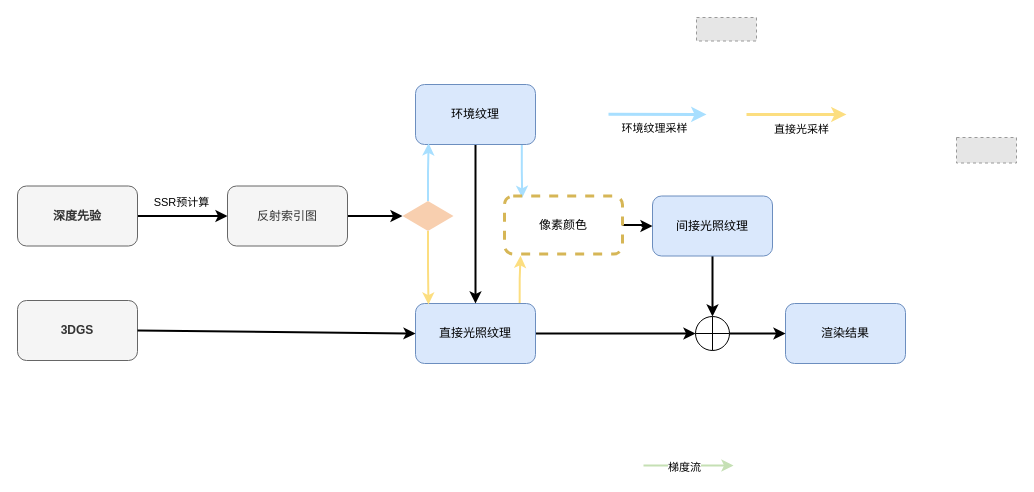
The draw.io diagram mid-term/SSR.drawio in thEu-suisei/draw_io, before the edit. Source tidied: cells renumbered, new cells numbered last; positions are measured from the earlier drawing's top-left corner, leaving out a move shared by most shapes. Both pictures are drawn from the tidied source at 100%, with x=0, y=0 at pixel (17, 17). Pictures stored in the file or linked from it are replaced by grey dashed boxes.
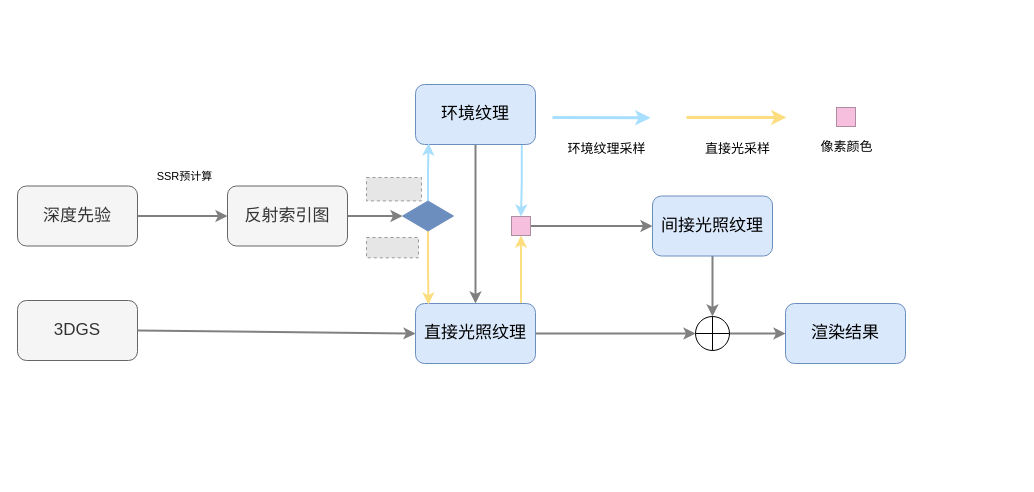
The same page after the edit.

Unchanged cells that the change refers to:
```xml
<mxCell id="31" style="ellipse;whiteSpace=wrap;html=1;" parent="1" vertex="1">
  <mxGeometry x="678" y="299" width="34" height="34" as="geometry" />
</mxCell>
```

Change to the diagram source:
```diff
@@
-    <mxCell id="2" style="edgeStyle=orthogonalEdgeStyle;rounded=0;jettySize=auto;html=1;exitX=1;exitY=0.5;exitDx=0;exitDy=0;entryX=0;entryY=0.5;entryDx=0;entryDy=0;strokeWidth=2;" parent="1" edge="1" source="3" target="5">
+    <mxCell id="2" style="edgeStyle=orthogonalEdgeStyle;rounded=0;jettySize=auto;html=1;exitX=1;exitY=0.5;exitDx=0;exitDy=0;entryX=0;entryY=0.5;entryDx=0;entryDy=0;strokeWidth=2;strokeColor=#808080;" parent="1" edge="1" source="3" target="5">
       <mxGeometry relative="1" as="geometry" />
     </mxCell>
-    <mxCell id="3" value="深度先验" style="rounded=1;whiteSpace=wrap;html=1;fillColor=#f5f5f5;fontColor=#333333;strokeColor=#666666;fontStyle=1;" parent="1" vertex="1">
+    <mxCell id="3" value="&lt;font style=&quot;font-size: 17px; font-weight: normal;&quot;&gt;深度先验&lt;/font&gt;" style="rounded=1;whiteSpace=wrap;html=1;fillColor=#f5f5f5;fontColor=#333333;strokeColor=#666666;fontStyle=1;" parent="1" vertex="1">
       <mxGeometry y="168.5" width="120" height="60" as="geometry" />
     </mxCell>
-    <mxCell id="4" style="edgeStyle=orthogonalEdgeStyle;rounded=0;jettySize=auto;html=1;exitX=1;exitY=0.5;exitDx=0;exitDy=0;entryX=0;entryY=0.5;entryDx=0;entryDy=0;strokeWidth=2;" parent="1" edge="1" source="5" target="18">
+    <mxCell id="4" style="edgeStyle=orthogonalEdgeStyle;rounded=0;jettySize=auto;html=1;exitX=1;exitY=0.5;exitDx=0;exitDy=0;entryX=0;entryY=0.5;entryDx=0;entryDy=0;strokeWidth=2;strokeColor=#808080;" parent="1" edge="1" source="5" target="18">
       <mxGeometry relative="1" as="geometry" />
     </mxCell>
-    <mxCell id="5" value="反射索引图" style="rounded=1;whiteSpace=wrap;html=1;fillColor=#f5f5f5;fontColor=#333333;strokeColor=#666666;" parent="1" vertex="1">
+    <mxCell id="5" value="&lt;font style=&quot;font-size: 17px;&quot;&gt;反射索引图&lt;/font&gt;" style="rounded=1;whiteSpace=wrap;html=1;fillColor=#f5f5f5;fontColor=#333333;strokeColor=#666666;" parent="1" vertex="1">
       <mxGeometry x="210" y="168.5" width="120" height="60" as="geometry" />
     </mxCell>
-    <mxCell id="6" style="edgeStyle=orthogonalEdgeStyle;rounded=0;jettySize=auto;html=1;exitX=0.868;exitY=0.034;exitDx=0;exitDy=0;entryX=0.136;entryY=1.031;entryDx=0;entryDy=0;strokeColor=light-dark(#fcde80, #257c00);align=center;verticalAlign=middle;fontFamily=Helvetica;fontSize=11;fontColor=default;labelBackgroundColor=default;endArrow=classic;entryPerimeter=0;exitPerimeter=0;strokeWidth=2;" parent="1" edge="1" source="8" target="29">
+    <mxCell id="6" style="edgeStyle=orthogonalEdgeStyle;rounded=0;jettySize=auto;html=1;entryX=0.5;entryY=1;entryDx=0;entryDy=0;strokeColor=light-dark(#fcde80, #257c00);align=center;verticalAlign=middle;fontFamily=Helvetica;fontSize=11;fontColor=default;labelBackgroundColor=default;endArrow=classic;strokeWidth=2;exitX=0.879;exitY=0.031;exitDx=0;exitDy=0;exitPerimeter=0;" parent="1" edge="1" source="8" target="35">
       <mxGeometry relative="1" as="geometry" />
     </mxCell>
-    <mxCell id="7" style="edgeStyle=orthogonalEdgeStyle;rounded=0;jettySize=auto;html=1;exitX=1;exitY=0.5;exitDx=0;exitDy=0;entryX=0;entryY=0.5;entryDx=0;entryDy=0;strokeWidth=2;" parent="1" edge="1" source="8" target="31">
+    <mxCell id="7" style="edgeStyle=orthogonalEdgeStyle;rounded=0;jettySize=auto;html=1;exitX=1;exitY=0.5;exitDx=0;exitDy=0;entryX=0;entryY=0.5;entryDx=0;entryDy=0;strokeWidth=2;strokeColor=#808080;" parent="1" edge="1" source="8" target="31">
       <mxGeometry relative="1" as="geometry" />
     </mxCell>
-    <mxCell id="8" value="直接光照纹理" style="rounded=1;whiteSpace=wrap;html=1;fillColor=#dae8fc;strokeColor=#6c8ebf;" parent="1" vertex="1">
+    <mxCell id="8" value="&lt;font style=&quot;font-size: 17px;&quot;&gt;直接光照纹理&lt;/font&gt;" style="rounded=1;whiteSpace=wrap;html=1;fillColor=#dae8fc;strokeColor=#6c8ebf;" parent="1" vertex="1">
       <mxGeometry x="398" y="286" width="120" height="60" as="geometry" />
     </mxCell>
-    <mxCell id="9" value="3DGS" style="rounded=1;whiteSpace=wrap;html=1;fillColor=#f5f5f5;fontColor=#333333;strokeColor=#666666;fontStyle=1;" parent="1" vertex="1">
+    <mxCell id="9" value="&lt;font style=&quot;font-size: 17px; font-weight: normal;&quot;&gt;3DGS&lt;/font&gt;" style="rounded=1;whiteSpace=wrap;html=1;fillColor=#f5f5f5;fontColor=#333333;strokeColor=#666666;fontStyle=1;" parent="1" vertex="1">
       <mxGeometry y="283" width="120" height="60" as="geometry" />
     </mxCell>
-    <mxCell id="10" style="edgeStyle=orthogonalEdgeStyle;rounded=0;jettySize=auto;html=1;exitX=0.5;exitY=1;exitDx=0;exitDy=0;entryX=0.5;entryY=0;entryDx=0;entryDy=0;strokeWidth=2;" parent="1" edge="1" source="11" target="31">
+    <mxCell id="10" style="edgeStyle=orthogonalEdgeStyle;rounded=0;jettySize=auto;html=1;exitX=0.5;exitY=1;exitDx=0;exitDy=0;entryX=0.5;entryY=0;entryDx=0;entryDy=0;strokeWidth=2;strokeColor=#808080;" parent="1" edge="1" source="11" target="31">
       <mxGeometry relative="1" as="geometry" />
     </mxCell>
-    <mxCell id="11" value="间接光照纹理" style="rounded=1;whiteSpace=wrap;html=1;fillColor=#dae8fc;strokeColor=#6c8ebf;" parent="1" vertex="1">
+    <mxCell id="11" value="&lt;font style=&quot;font-size: 17px;&quot;&gt;间接光照纹理&lt;/font&gt;" style="rounded=1;whiteSpace=wrap;html=1;fillColor=#dae8fc;strokeColor=#6c8ebf;" parent="1" vertex="1">
       <mxGeometry x="635" y="178.5" width="120" height="60" as="geometry" />
     </mxCell>
-    <mxCell id="12" value="渲染结果" style="rounded=1;whiteSpace=wrap;html=1;fillColor=#dae8fc;strokeColor=#6c8ebf;" parent="1" vertex="1">
+    <mxCell id="12" value="&lt;font style=&quot;font-size: 17px;&quot;&gt;渲染结果&lt;/font&gt;" style="rounded=1;whiteSpace=wrap;html=1;fillColor=#dae8fc;strokeColor=#6c8ebf;" parent="1" vertex="1">
       <mxGeometry x="768" y="286" width="120" height="60" as="geometry" />
     </mxCell>
-    <mxCell id="13" style="edgeStyle=orthogonalEdgeStyle;rounded=0;jettySize=auto;html=1;exitX=0.886;exitY=1.008;exitDx=0;exitDy=0;entryX=0.15;entryY=0.032;entryDx=0;entryDy=0;strokeColor=light-dark(#a8dfff, #D47D25);align=center;verticalAlign=middle;fontFamily=Helvetica;fontSize=11;fontColor=default;labelBackgroundColor=default;endArrow=classic;exitPerimeter=0;entryPerimeter=0;strokeWidth=2;" parent="1" edge="1" source="15" target="29">
+    <mxCell id="13" style="edgeStyle=orthogonalEdgeStyle;rounded=0;jettySize=auto;html=1;exitX=0.886;exitY=1.008;exitDx=0;exitDy=0;entryX=0.5;entryY=0;entryDx=0;entryDy=0;strokeColor=light-dark(#a8dfff, #D47D25);align=center;verticalAlign=middle;fontFamily=Helvetica;fontSize=11;fontColor=default;labelBackgroundColor=default;endArrow=classic;exitPerimeter=0;strokeWidth=2;" parent="1" edge="1" source="15" target="35">
       <mxGeometry relative="1" as="geometry" />
     </mxCell>
-    <mxCell id="14" style="edgeStyle=orthogonalEdgeStyle;rounded=0;jettySize=auto;html=1;exitX=0.5;exitY=1;exitDx=0;exitDy=0;entryX=0.5;entryY=0;entryDx=0;entryDy=0;strokeWidth=2;" parent="1" edge="1" source="15" target="8">
+    <mxCell id="14" style="edgeStyle=orthogonalEdgeStyle;rounded=0;jettySize=auto;html=1;exitX=0.5;exitY=1;exitDx=0;exitDy=0;entryX=0.5;entryY=0;entryDx=0;entryDy=0;strokeWidth=2;strokeColor=#808080;" parent="1" edge="1" source="15" target="8">
       <mxGeometry relative="1" as="geometry" />
     </mxCell>
-    <mxCell id="15" value="环境纹理" style="rounded=1;whiteSpace=wrap;html=1;fillColor=#dae8fc;strokeColor=#6c8ebf;" parent="1" vertex="1">
+    <mxCell id="15" value="&lt;font style=&quot;font-size: 17px;&quot;&gt;环境纹理&lt;/font&gt;" style="rounded=1;whiteSpace=wrap;html=1;fillColor=#dae8fc;strokeColor=#6c8ebf;" parent="1" vertex="1">
       <mxGeometry x="398" y="67" width="120" height="60" as="geometry" />
     </mxCell>
@@
-    <mxCell id="18" style="rhombus;whiteSpace=wrap;html=1;fillColor=light-dark(#f8cfaf, #319eff);strokeColor=none;" parent="1" vertex="1">
+    <mxCell id="18" style="rhombus;whiteSpace=wrap;html=1;fillColor=#6C8EBF;strokeColor=#6c8ebf;" parent="1" vertex="1">
       <mxGeometry x="385" y="183.5" width="51" height="30" as="geometry" />
     </mxCell>
     <mxCell id="19" style="fillColor=#E6E6E6;strokeColor=#999999;dashed=1;verticalLabelPosition=bottom;labelBackgroundColor=default;verticalAlign=top;" parent="1" vertex="1">
-      <mxGeometry x="679" width="60" height="23.5" as="geometry" />
+      <mxGeometry x="349" y="220" width="52" height="20.3" as="geometry" />
     </mxCell>
     <mxCell id="20" style="fillColor=#E6E6E6;strokeColor=#999999;dashed=1;verticalLabelPosition=bottom;labelBackgroundColor=default;verticalAlign=top;" parent="1" vertex="1">
-      <mxGeometry x="939" y="120" width="60" height="25.5" as="geometry" />
+      <mxGeometry x="349" y="160" width="55" height="23.4" as="geometry" />
     </mxCell>
     <mxCell id="21" style="endArrow=classic;html=1;rounded=0;strokeColor=light-dark(#a8dfff, #D47D25);strokeWidth=3;" parent="1" edge="1">
       <mxGeometry relative="1" as="geometry">
-        <mxPoint x="591" y="96.7" as="sourcePoint" />
-        <mxPoint x="689" y="97" as="targetPoint" />
+        <mxPoint x="535" y="100" as="sourcePoint" />
+        <mxPoint x="633" y="100.3" as="targetPoint" />
       </mxGeometry>
     </mxCell>
-    <mxCell id="22" value="环境纹理采样" style="edgeLabel;html=1;align=center;verticalAlign=middle;" parent="21" vertex="1">
+    <mxCell id="22" value="&lt;font&gt;环境纹理采样&lt;/font&gt;" style="edgeLabel;html=1;align=center;verticalAlign=middle;fontSize=13;" parent="21" vertex="1">
       <mxGeometry x="-0.18" y="-1" relative="1" as="geometry">
-        <mxPoint x="6" y="13" as="offset" />
+        <mxPoint x="14" y="29" as="offset" />
       </mxGeometry>
     </mxCell>
     <mxCell id="23" style="endArrow=classic;html=1;rounded=0;strokeColor=light-dark(#fcde80, #257c00);strokeWidth=3;" parent="1" edge="1">
       <mxGeometry relative="1" as="geometry">
-        <mxPoint x="729" y="97" as="sourcePoint" />
-        <mxPoint x="829" y="97" as="targetPoint" />
+        <mxPoint x="669" y="100" as="sourcePoint" />
+        <mxPoint x="769" y="100" as="targetPoint" />
       </mxGeometry>
     </mxCell>
-    <mxCell id="24" value="直接光采样" style="edgeLabel;html=1;align=center;verticalAlign=middle;" parent="23" vertex="1">
+    <mxCell id="24" value="&lt;font&gt;直接光采样&lt;/font&gt;" style="edgeLabel;html=1;align=center;verticalAlign=middle;fontSize=13;" parent="23" vertex="1">
       <mxGeometry x="-0.08" y="-1" relative="1" as="geometry">
-        <mxPoint x="8" y="13" as="offset" />
+        <mxPoint x="4" y="29" as="offset" />
       </mxGeometry>
     </mxCell>
-    <mxCell id="25" style="endArrow=classic;html=1;rounded=0;strokeColor=light-dark(#c5e0b4, #ff89ff);strokeWidth=2;" parent="1" edge="1">
-      <mxGeometry relative="1" as="geometry">
-        <mxPoint x="626" y="448" as="sourcePoint" />
-        <mxPoint x="716" y="448" as="targetPoint" />
-      </mxGeometry>
-    </mxCell>
-    <mxCell id="26" value="梯度流" style="edgeLabel;html=1;align=center;verticalAlign=middle;" parent="25" vertex="1">
-      <mxGeometry x="-0.16" y="-1" relative="1" as="geometry">
-        <mxPoint x="2" as="offset" />
-      </mxGeometry>
-    </mxCell>
-    <mxCell id="27" style="endArrow=classic;html=1;rounded=0;strokeColor=light-dark(#000000,#D47D25);exitX=1;exitY=0.5;exitDx=0;exitDy=0;entryX=0;entryY=0.5;entryDx=0;entryDy=0;strokeWidth=2;" parent="1" edge="1" source="9" target="8">
+    <mxCell id="27" style="endArrow=classic;html=1;rounded=0;strokeColor=#808080;exitX=1;exitY=0.5;exitDx=0;exitDy=0;entryX=0;entryY=0.5;entryDx=0;entryDy=0;strokeWidth=2;" parent="1" edge="1" source="9" target="8">
       <mxGeometry relative="1" as="geometry" />
     </mxCell>
-    <mxCell id="28" style="edgeStyle=orthogonalEdgeStyle;rounded=0;jettySize=auto;html=1;exitX=1;exitY=0.5;exitDx=0;exitDy=0;strokeWidth=2;" parent="1" edge="1" source="29" target="11">
+    <mxCell id="28" style="edgeStyle=orthogonalEdgeStyle;rounded=0;jettySize=auto;html=1;exitX=1;exitY=0.5;exitDx=0;exitDy=0;strokeWidth=2;strokeColor=#808080;" parent="1" edge="1" source="35" target="11">
       <mxGeometry relative="1" as="geometry" />
     </mxCell>
-    <mxCell id="29" value="像素颜色" style="rounded=1;whiteSpace=wrap;html=1;fillColor=none;strokeColor=#d6b656;strokeWidth=3;dashed=1;" parent="1" vertex="1">
-      <mxGeometry x="487" y="178.5" width="118" height="58" as="geometry" />
-    </mxCell>
-    <mxCell id="30" style="edgeStyle=orthogonalEdgeStyle;rounded=0;jettySize=auto;html=1;exitX=1;exitY=0.5;exitDx=0;exitDy=0;entryX=0;entryY=0.5;entryDx=0;entryDy=0;strokeWidth=2;" parent="1" edge="1" source="31" target="12">
+    <mxCell id="30" style="edgeStyle=orthogonalEdgeStyle;rounded=0;jettySize=auto;html=1;exitX=1;exitY=0.5;exitDx=0;exitDy=0;entryX=0;entryY=0.5;entryDx=0;entryDy=0;strokeWidth=2;strokeColor=#808080;" parent="1" edge="1" source="31" target="12">
       <mxGeometry relative="1" as="geometry" />
     </mxCell>
@@
     <mxCell id="34" value="&lt;span style=&quot;font-size: 11px; background-color: rgb(255, 255, 255);&quot;&gt;SSR预计算&lt;/span&gt;" style="text;html=1;align=center;verticalAlign=middle;strokeColor=none;fillColor=none;" parent="1" vertex="1">
-      <mxGeometry x="124" y="170" width="80" height="30" as="geometry" />
+      <mxGeometry x="127" y="144" width="80" height="30" as="geometry" />
     </mxCell>
+    <mxCell id="35" style="whiteSpace=wrap;html=1;fillColor=light-dark(#f6bfde, #54283f);strokeColor=light-dark(#AF8DA1,#D75496);" parent="1" vertex="1">
+      <mxGeometry x="494" y="199" width="19" height="19" as="geometry" />
+    </mxCell>
+    <mxCell id="36" style="whiteSpace=wrap;html=1;fillColor=light-dark(#f6bfde, #54283f);strokeColor=light-dark(#AF8DA1,#D75496);" parent="1" vertex="1">
+      <mxGeometry x="819" y="90" width="19" height="19" as="geometry" />
+    </mxCell>
+    <mxCell id="29" value="像素颜色" style="text;html=1;align=center;verticalAlign=middle;points=[];strokeColor=none;fillColor=none;fontSize=13;" parent="1" vertex="1">
+      <mxGeometry x="789" y="114" width="80" height="30" as="geometry" />
+    </mxCell>
```
